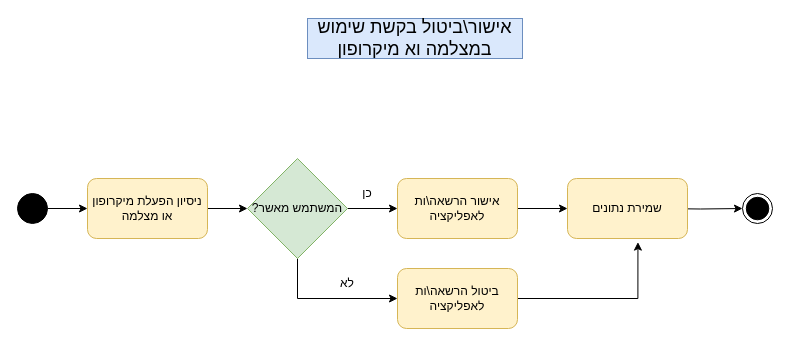
devmf027/CyberWall keeps this draw.io diagram as SRS/activity_diagrams/Activity_diagram_UC-12.drawio. Above is the earlier version. Source tidied: cells renumbered, new cells numbered last; positions are measured from the earlier drawing's top-left corner, leaving out a move shared by most shapes. Both pictures are drawn from the tidied source at 100%, with x=0, y=0 at pixel (17, 18).
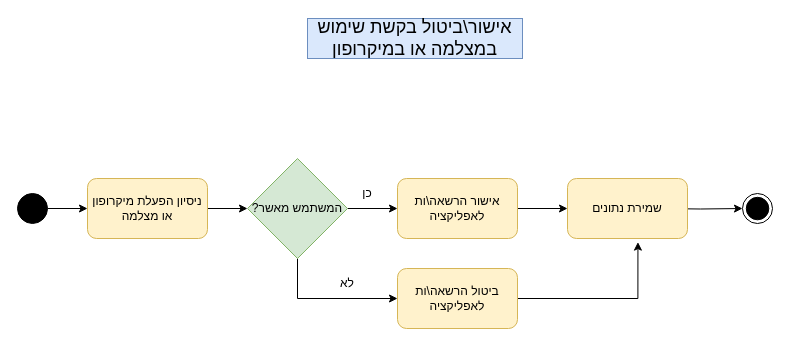
Above is the later version.

What changed in the source:
```diff
@@
-    <mxCell id="5" value="אישור\ביטול בקשת שימוש במצלמה וא מיקרופון" style="rounded=0;whiteSpace=wrap;html=1;labelBackgroundColor=none;fillColor=#dae8fc;strokeColor=#6c8ebf;align=center;textDirection=rtl;fontSize=18;fontStyle=0;" parent="1" vertex="1">
+    <mxCell id="5" value="אישור\ביטול בקשת שימוש במצלמה או במיקרופון" style="rounded=0;whiteSpace=wrap;html=1;labelBackgroundColor=none;fillColor=#dae8fc;strokeColor=#6c8ebf;align=center;textDirection=rtl;fontSize=18;fontStyle=0;" parent="1" vertex="1">
       <mxGeometry x="290" width="215" height="40" as="geometry" />
     </mxCell>
```
